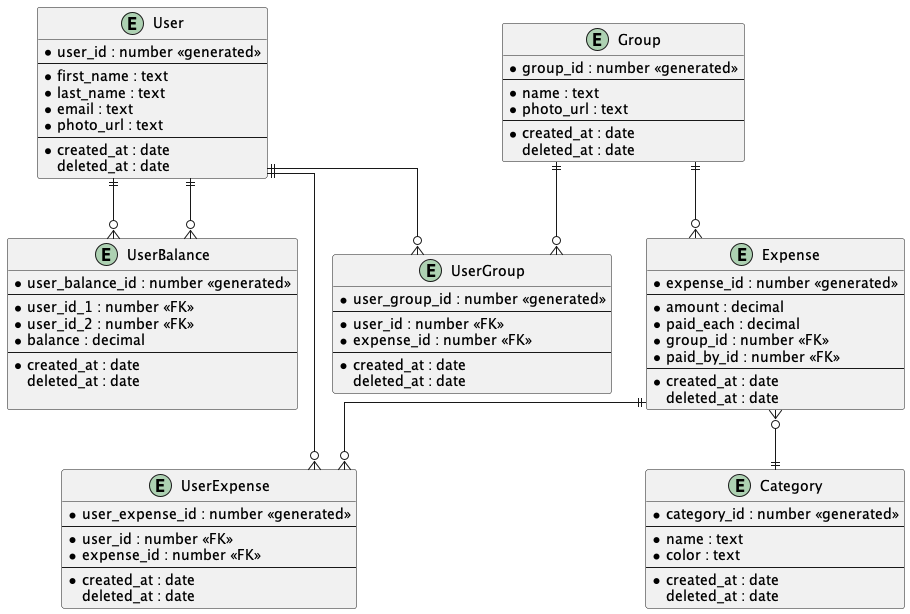
Before: diagrams/erd/erd.png, a diagram exported from PlantUML (samuelgocnik/price-buddy).
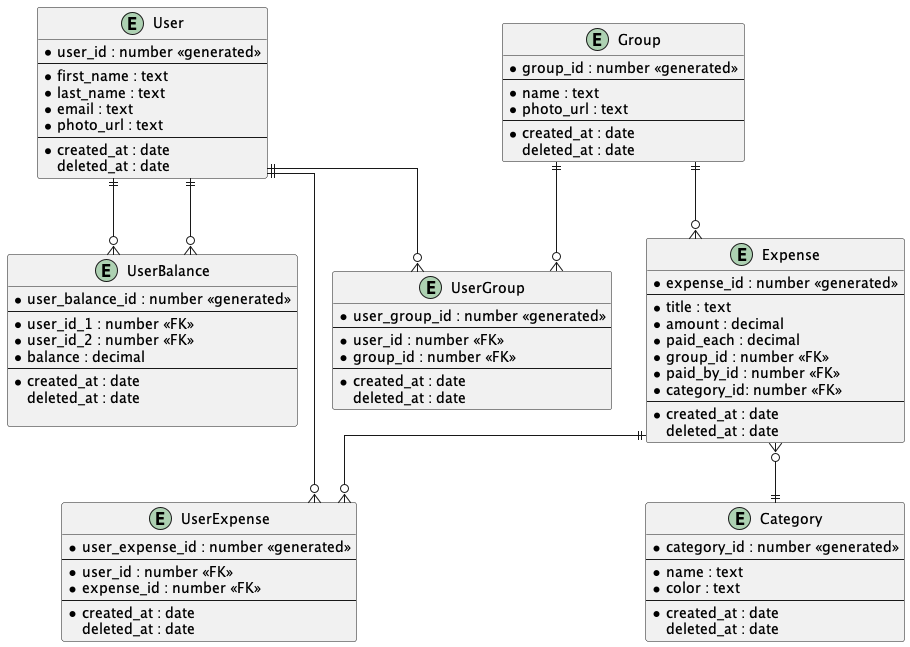
Above is the later version.

Commit message:
fix(erd): renamed field, added title to expense

Diff of the diagram source:
```diff
@@ -28,7 +28,7 @@
   *user_group_id : number <<generated>>
   --
   *user_id : number <<FK>>
-  *expense_id : number <<FK>>
+  *group_id : number <<FK>>
   --
   *created_at : date
   deleted_at : date
@@ -37,10 +37,12 @@
 entity "Expense" as e {
   *expense_id : number <<generated>>
   --
+  *title : text
   *amount : decimal
   *paid_each : decimal
   *group_id : number <<FK>>
   *paid_by_id : number <<FK>>
+  *category_id: number <<FK>>
   --
   *created_at : date
   deleted_at : date
```
